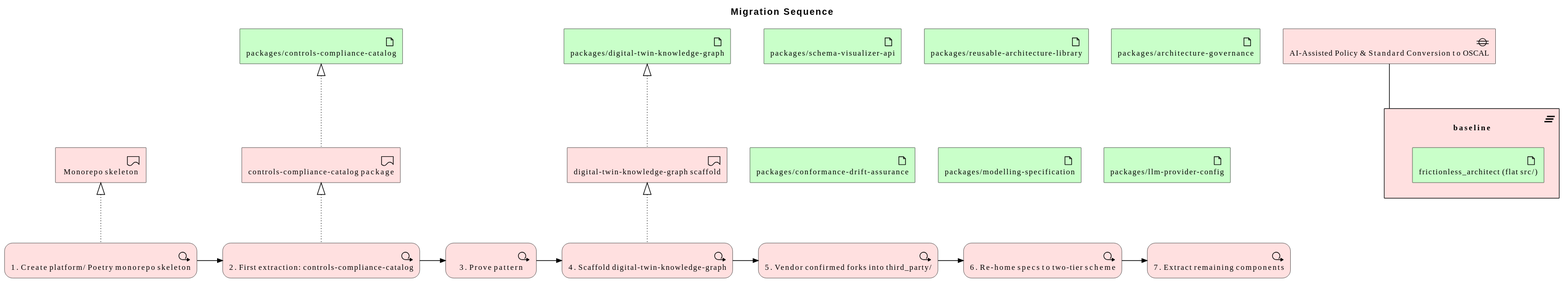
Earlier version of the PlantUML export architecture/model/diagrams/migration/sequence.svg (wolffy-au/frictionless-architect).
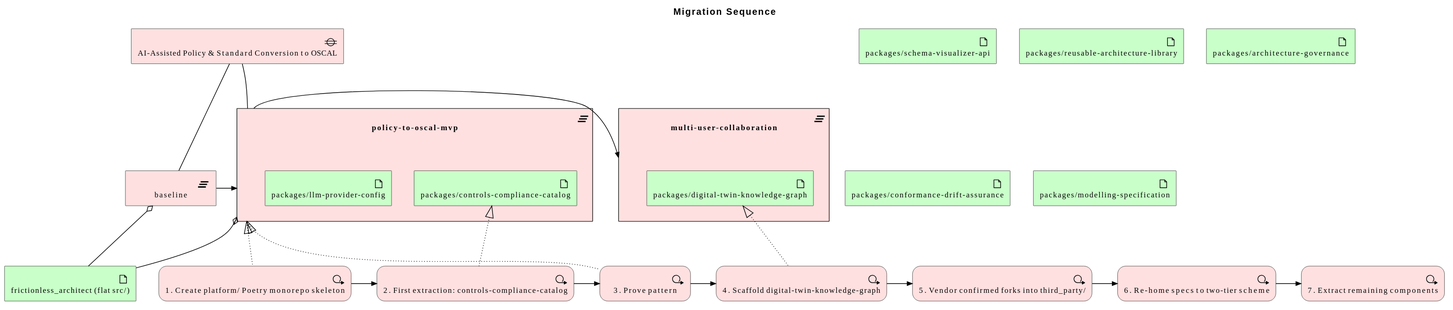
The same diagram one commit later.

Change to the diagram source:
```diff
@@ -3,14 +3,12 @@
 
 title Migration Sequence
 
+Technology_Artifact(e_id9b247a70d9f258, "frictionless_architect (flat src/)")
 Technology_Artifact(e_id11f06faa9d2d5d, "packages/schema-visualizer-api")
-Technology_Artifact(e_id69891242354858, "packages/digital-twin-knowledge-graph")
-Technology_Artifact(e_idfcb391a9833b5b, "packages/controls-compliance-catalog")
 Technology_Artifact(e_id3ac7123fc98d52, "packages/reusable-architecture-library")
 Technology_Artifact(e_id880eb98a22b15c, "packages/architecture-governance")
 Technology_Artifact(e_idb422fae52e4652, "packages/conformance-drift-assurance")
 Technology_Artifact(e_id42d611ba8e6759, "packages/modelling-specification")
-Technology_Artifact(e_id2b059f9c51b053, "packages/llm-provider-config")
 Implementation_WorkPackage(e_idbd449c19b4d151, "1. Create platform/ Poetry monorepo skeleton")
 Implementation_WorkPackage(e_idf7f5656c5dbc55, "2. First extraction: controls-compliance-catalog")
 Implementation_WorkPackage(e_id8526bedb919051, "3. Prove pattern")
@@ -18,13 +16,15 @@
 Implementation_WorkPackage(e_ide65ef885c75d5c, "5. Vendor confirmed forks into third_party/")
 Implementation_WorkPackage(e_idca8b472cbb665f, "6. Re-home specs to two-tier scheme")
 Implementation_WorkPackage(e_idb1ceb35faf4e51, "7. Extract remaining components")
-Implementation_Deliverable(e_idbee89c6988a65e, "Monorepo skeleton")
-Implementation_Deliverable(e_iddb0e3448ac8e55, "controls-compliance-catalog package")
-Implementation_Deliverable(e_idfd60d816da9a57, "digital-twin-knowledge-graph scaffold")
-Implementation_Plateau(e_id4accde76fa5858, "baseline") {
-  Technology_Artifact(e_id9b247a70d9f258, "frictionless_architect (flat src/)")
+Implementation_Plateau(e_id4accde76fa5858, "baseline")
+Implementation_Gap(e_idf4786be9c1c052, "AI-Assisted Policy & Standard Conversion to OSCAL")
+Implementation_Plateau(e_id5024d2087dac51, "multi-user-collaboration") {
+  Technology_Artifact(e_id69891242354858, "packages/digital-twin-knowledge-graph")
 }
-Implementation_Gap(e_idf4786be9c1c052, "AI-Assisted Policy & Standard Conversion to OSCAL")
+Implementation_Plateau(e_idb94c55ad2a0756, "policy-to-oscal-mvp") {
+  Technology_Artifact(e_idfcb391a9833b5b, "packages/controls-compliance-catalog")
+  Technology_Artifact(e_id2b059f9c51b053, "packages/llm-provider-config")
+}
 
 Rel_Triggering_Right(e_idbd449c19b4d151, e_idf7f5656c5dbc55, "")
 Rel_Triggering_Right(e_idf7f5656c5dbc55, e_id8526bedb919051, "")
@@ -32,10 +32,14 @@
 Rel_Triggering_Right(e_idb5aefc03c12758, e_ide65ef885c75d5c, "")
 Rel_Triggering_Right(e_ide65ef885c75d5c, e_idca8b472cbb665f, "")
 Rel_Triggering_Right(e_idca8b472cbb665f, e_idb1ceb35faf4e51, "")
-Rel_Realization_Up(e_idbd449c19b4d151, e_idbee89c6988a65e, "")
-Rel_Realization_Up(e_idf7f5656c5dbc55, e_iddb0e3448ac8e55, "")
-Rel_Realization_Up(e_idb5aefc03c12758, e_idfd60d816da9a57, "")
-Rel_Realization_Up(e_iddb0e3448ac8e55, e_idfcb391a9833b5b, "")
-Rel_Realization_Up(e_idfd60d816da9a57, e_id69891242354858, "")
+Rel_Realization_Up(e_idbd449c19b4d151, e_idb94c55ad2a0756, "")
+Rel_Realization_Up(e_idf7f5656c5dbc55, e_idfcb391a9833b5b, "")
+Rel_Realization_Up(e_idb5aefc03c12758, e_id69891242354858, "")
+Rel_Realization_Up(e_id8526bedb919051, e_idb94c55ad2a0756, "")
+Rel_Aggregation(e_id4accde76fa5858, e_id9b247a70d9f258, "")
+Rel_Aggregation(e_idb94c55ad2a0756, e_id9b247a70d9f258, "")
 Rel_Association(e_idf4786be9c1c052, e_id4accde76fa5858, "")
+Rel_Association(e_idf4786be9c1c052, e_idb94c55ad2a0756, "")
+Rel_Triggering_Right(e_id4accde76fa5858, e_idb94c55ad2a0756, "")
+Rel_Triggering_Right(e_idb94c55ad2a0756, e_id5024d2087dac51, "")
 @enduml
```
